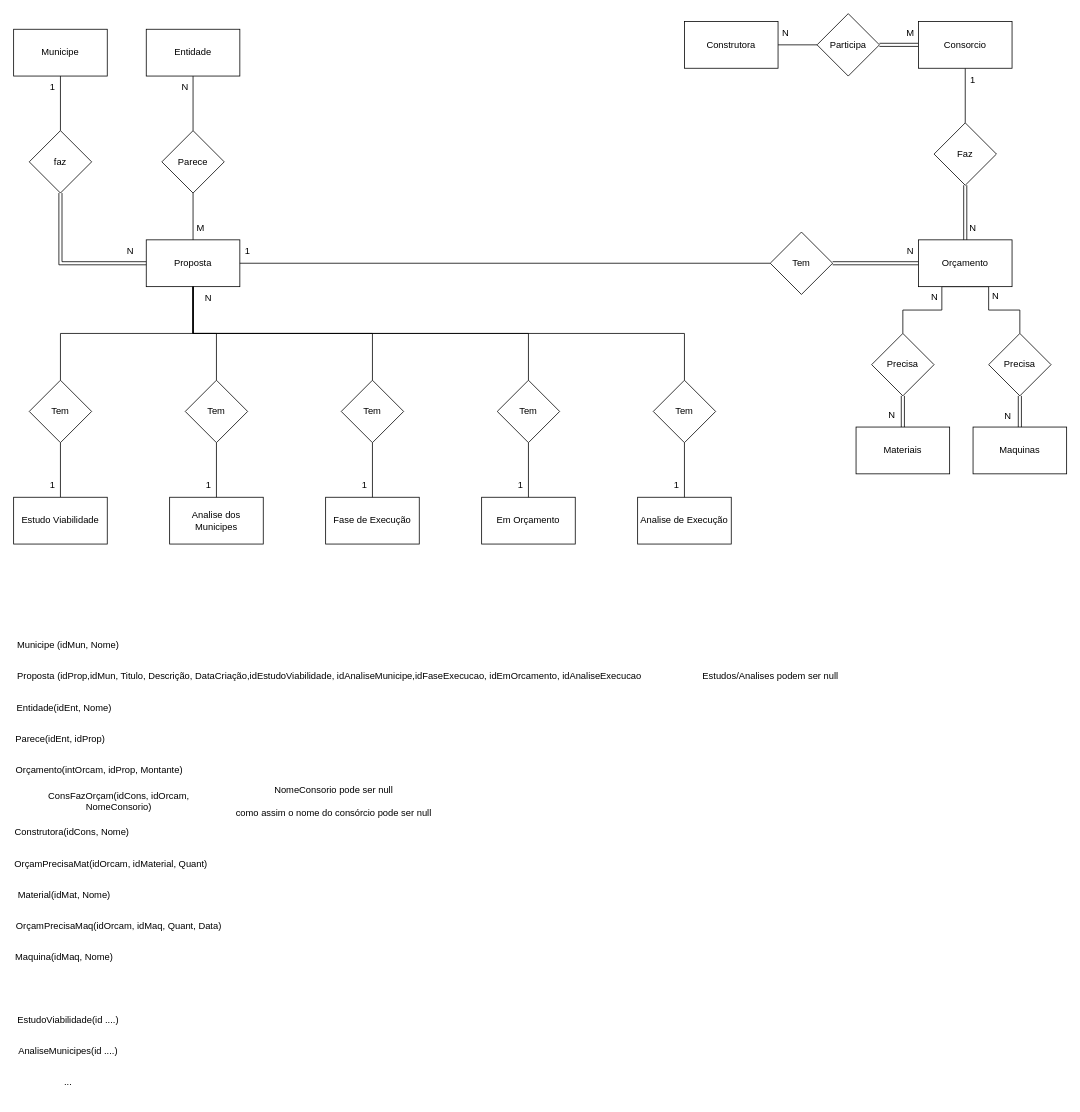
Before: TrabalhoFinal.drawio in Nuno-Goncalves1/Sql-ER, a draw.io diagram. Source tidied: cells renumbered, new cells numbered last; positions are measured from the earlier drawing's top-left corner, leaving out a move shared by most shapes. Both pictures are drawn from the tidied source at 78%, with x=0, y=0 at pixel (13, 13).
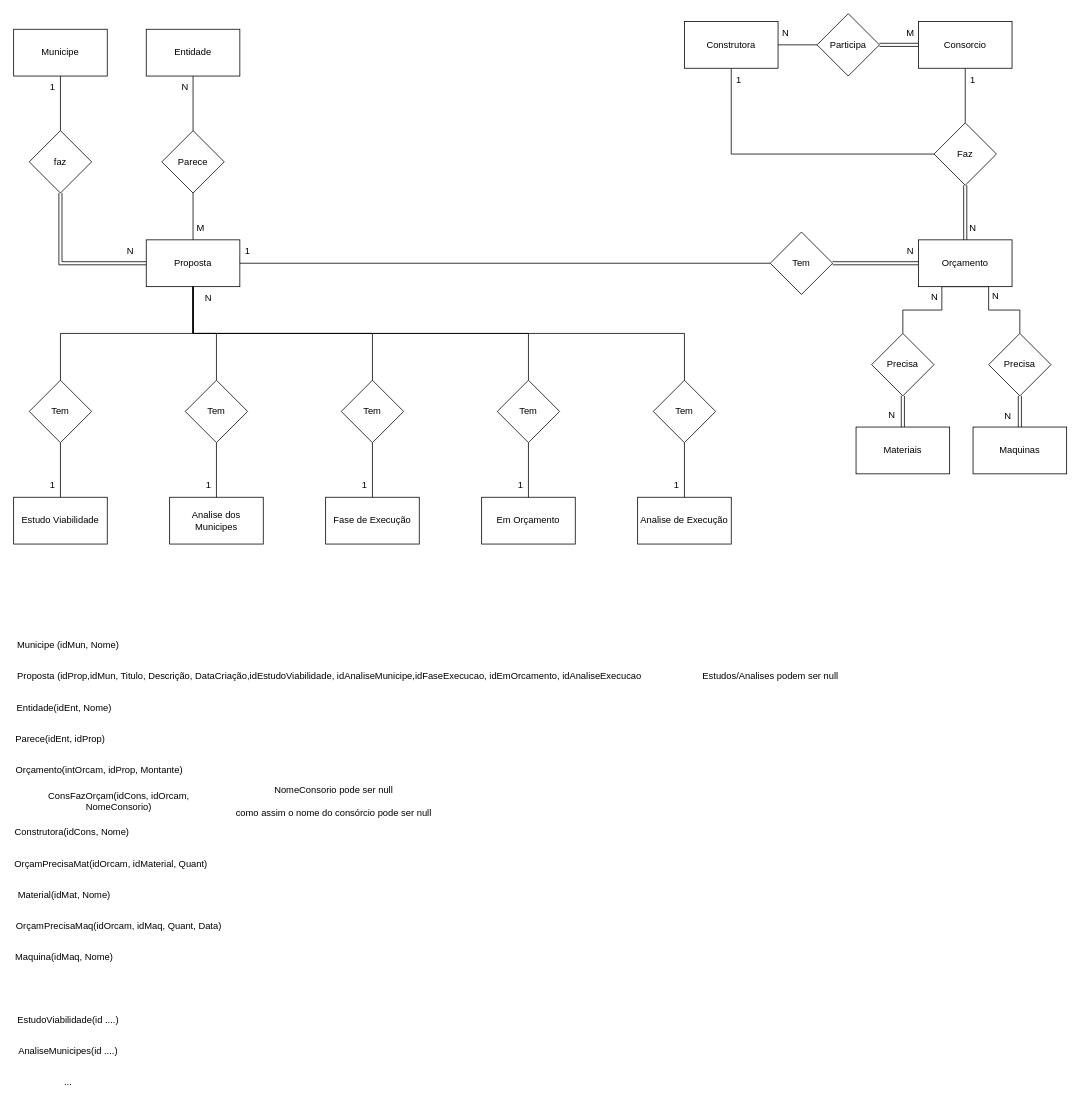
After the change.

The change refers to these unchanged cells:
```xml
<mxCell id="20" value="Faz" style="rhombus;whiteSpace=wrap;html=1;" parent="1" vertex="1">
  <mxGeometry x="1180" y="140" width="80" height="80" as="geometry" />
</mxCell>
<mxCell id="27" value="Construtora" style="rounded=0;whiteSpace=wrap;html=1;" parent="1" vertex="1">
  <mxGeometry x="860" y="10" width="120" height="60" as="geometry" />
</mxCell>
```

Change to the diagram source:
```diff
@@
+    <mxCell id="87" style="edgeStyle=orthogonalEdgeStyle;rounded=0;jettySize=auto;html=1;entryX=0;entryY=0.5;entryDx=0;entryDy=0;endArrow=none;startFill=0;" parent="1" edge="1" source="27" target="20">
+      <mxGeometry relative="1" as="geometry">
+        <Array as="points">
+          <mxPoint x="920" y="180" />
+        </Array>
+      </mxGeometry>
+    </mxCell>
@@
+    <mxCell id="88" value="1" style="text;html=1;align=center;verticalAlign=middle;whiteSpace=wrap;rounded=0;" parent="1" vertex="1">
+      <mxGeometry x="900" y="70" width="60" height="30" as="geometry" />
+    </mxCell>
```
